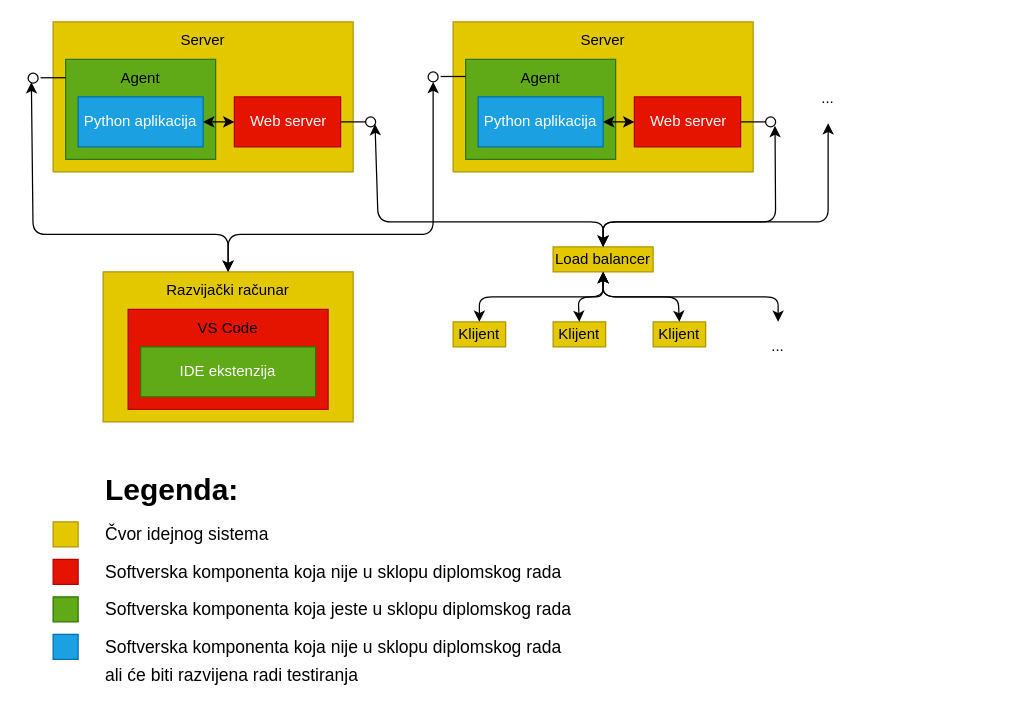
Earlier version of the draw.io diagram page "Arhitektura" (1 of 2) of report/Arhitektura.drawio (KockaAdmiralac/Cloudebug). Source tidied: cells renumbered, new cells numbered last; positions are measured from the earlier drawing's top-left corner, leaving out a move shared by most shapes. Both pictures are drawn from the tidied source at 125%, with x=0, y=0 at pixel (28, 21).
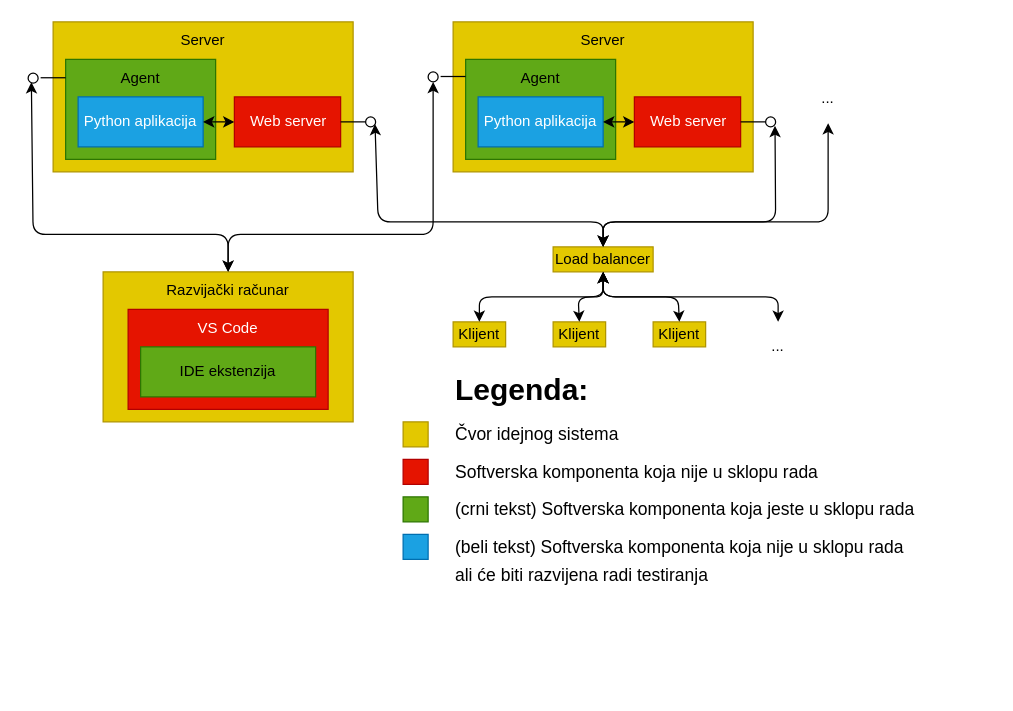
After the change.

Commit message:
Debugger architecture diagram from the report.

Change to the diagram source:
```diff
@@
-    <mxCell id="7" value="IDE ekstenzija" style="rounded=0;whiteSpace=wrap;html=1;fillColor=#60a917;fontColor=#ffffff;strokeColor=#2D7600;" parent="1" vertex="1">
+    <mxCell id="7" value="&lt;font color=&quot;#000000&quot;&gt;IDE ekstenzija&lt;/font&gt;" style="rounded=0;whiteSpace=wrap;html=1;fillColor=#60a917;fontColor=#ffffff;strokeColor=#2D7600;" parent="1" vertex="1">
       <mxGeometry x="90" y="260" width="140" height="40" as="geometry" />
     </mxCell>
-    <mxCell id="8" value="VS Code" style="text;html=1;strokeColor=none;fillColor=none;align=center;verticalAlign=middle;whiteSpace=wrap;rounded=0;" parent="1" vertex="1">
+    <mxCell id="8" value="&lt;font color=&quot;#ffffff&quot;&gt;VS Code&lt;/font&gt;" style="text;html=1;strokeColor=none;fillColor=none;align=center;verticalAlign=middle;whiteSpace=wrap;rounded=0;" parent="1" vertex="1">
       <mxGeometry x="80" y="230" width="160" height="30" as="geometry" />
     </mxCell>
@@
     <mxCell id="44" style="rounded=0;whiteSpace=wrap;html=1;fillColor=#e3c800;fontColor=#000000;strokeColor=#B09500;" parent="1" vertex="1">
-      <mxGeometry x="20" y="400" width="20" height="20" as="geometry" />
+      <mxGeometry x="300" y="320" width="20" height="20" as="geometry" />
     </mxCell>
     <mxCell id="45" value="Čvor idejnog sistema" style="text;html=1;strokeColor=none;fillColor=none;align=left;verticalAlign=middle;whiteSpace=wrap;rounded=0;fontSize=14;" parent="1" vertex="1">
-      <mxGeometry x="60" y="400" width="540" height="20" as="geometry" />
+      <mxGeometry x="340" y="320" width="400" height="20" as="geometry" />
     </mxCell>
     <mxCell id="46" style="rounded=0;whiteSpace=wrap;html=1;fillColor=#e51400;fontColor=#ffffff;strokeColor=#B20000;" parent="1" vertex="1">
-      <mxGeometry x="20" y="430" width="20" height="20" as="geometry" />
+      <mxGeometry x="300" y="350" width="20" height="20" as="geometry" />
     </mxCell>
-    <mxCell id="47" value="Softverska komponenta koja nije u sklopu diplomskog rada" style="text;html=1;strokeColor=none;fillColor=none;align=left;verticalAlign=middle;whiteSpace=wrap;rounded=0;fontSize=14;" parent="1" vertex="1">
-      <mxGeometry x="60" y="430" width="570" height="20" as="geometry" />
+    <mxCell id="47" value="Softverska komponenta koja nije u sklopu rada" style="text;html=1;strokeColor=none;fillColor=none;align=left;verticalAlign=middle;whiteSpace=wrap;rounded=0;fontSize=14;" parent="1" vertex="1">
+      <mxGeometry x="340" y="350" width="400" height="20" as="geometry" />
     </mxCell>
     <mxCell id="48" style="rounded=0;whiteSpace=wrap;html=1;fillColor=#60a917;fontColor=#ffffff;strokeColor=#2D7600;" parent="1" vertex="1">
-      <mxGeometry x="20" y="460" width="20" height="20" as="geometry" />
+      <mxGeometry x="300" y="380" width="20" height="20" as="geometry" />
     </mxCell>
-    <mxCell id="49" value="Softverska komponenta koja jeste u sklopu diplomskog rada" style="text;html=1;strokeColor=none;fillColor=none;align=left;verticalAlign=middle;whiteSpace=wrap;rounded=0;fontSize=14;" parent="1" vertex="1">
-      <mxGeometry x="60" y="460" width="570" height="20" as="geometry" />
+    <mxCell id="49" value="(crni tekst) Softverska komponenta koja jeste u sklopu rada" style="text;html=1;strokeColor=none;fillColor=none;align=left;verticalAlign=middle;whiteSpace=wrap;rounded=0;fontSize=14;" parent="1" vertex="1">
+      <mxGeometry x="340" y="380" width="400" height="20" as="geometry" />
     </mxCell>
     <mxCell id="50" style="rounded=0;whiteSpace=wrap;html=1;fillColor=#1ba1e2;fontColor=#ffffff;strokeColor=#006EAF;" parent="1" vertex="1">
-      <mxGeometry x="20" y="490" width="20" height="20" as="geometry" />
+      <mxGeometry x="300" y="410" width="20" height="20" as="geometry" />
     </mxCell>
-    <mxCell id="51" value="Softverska komponenta koja nije u sklopu diplomskog rada" style="text;html=1;strokeColor=none;fillColor=none;align=left;verticalAlign=middle;whiteSpace=wrap;rounded=0;fontSize=14;" parent="1" vertex="1">
-      <mxGeometry x="60" y="490" width="570" height="20" as="geometry" />
+    <mxCell id="51" value="(beli tekst) Softverska komponenta koja nije u sklopu rada" style="text;html=1;strokeColor=none;fillColor=none;align=left;verticalAlign=middle;whiteSpace=wrap;rounded=0;fontSize=14;" parent="1" vertex="1">
+      <mxGeometry x="340" y="410" width="400" height="20" as="geometry" />
     </mxCell>
     <mxCell id="52" value="&lt;font style=&quot;font-size: 24px;&quot;&gt;&lt;b&gt;Legenda:&lt;/b&gt;&lt;/font&gt;" style="text;html=1;strokeColor=none;fillColor=none;align=left;verticalAlign=middle;whiteSpace=wrap;rounded=0;fontSize=14;" parent="1" vertex="1">
-      <mxGeometry x="60" y="360" width="580" height="30" as="geometry" />
+      <mxGeometry x="340" y="280" width="400" height="30" as="geometry" />
     </mxCell>
     <mxCell id="53" value="&lt;font style=&quot;font-size: 14px;&quot;&gt;ali će biti razvijena radi testiranja&lt;/font&gt;" style="text;html=1;strokeColor=none;fillColor=none;align=left;verticalAlign=middle;whiteSpace=wrap;rounded=0;fontSize=24;" parent="1" vertex="1">
-      <mxGeometry x="60" y="510" width="430" height="20" as="geometry" />
+      <mxGeometry x="340" y="430" width="430" height="20" as="geometry" />
     </mxCell>
```
